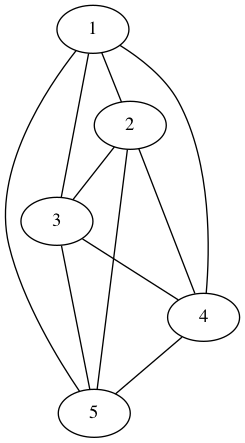
This is brookslawvisualizer.png from MaikNog/brookslawvisualizer, a Graphviz export, as it was before one commit. Its source is kept beside it as brookslawvisualizer.gv.
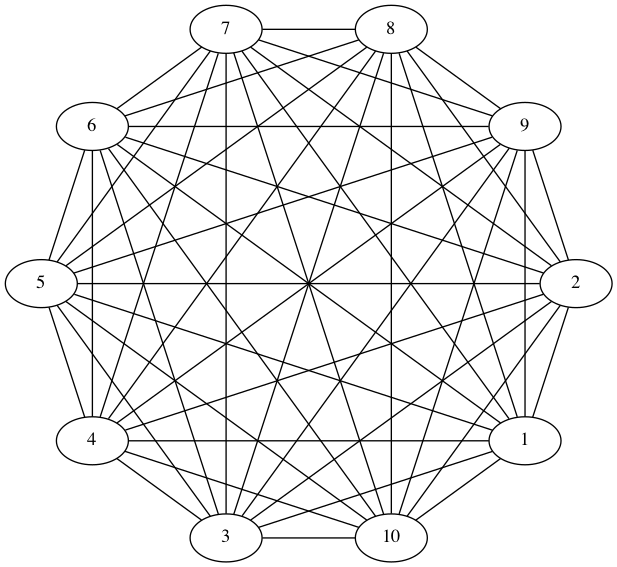
Later version of the same file.

The edit, as a diff of the source:
```diff
@@ -3,11 +3,46 @@
 1 -- 3
 1 -- 4
 1 -- 5
+1 -- 6
+1 -- 7
+1 -- 8
+1 -- 9
+1 -- 10
 2 -- 3
 2 -- 4
 2 -- 5
+2 -- 6
+2 -- 7
+2 -- 8
+2 -- 9
+2 -- 10
 3 -- 4
 3 -- 5
+3 -- 6
+3 -- 7
+3 -- 8
+3 -- 9
+3 -- 10
 4 -- 5
+4 -- 6
+4 -- 7
+4 -- 8
+4 -- 9
+4 -- 10
+5 -- 6
+5 -- 7
+5 -- 8
+5 -- 9
+5 -- 10
+6 -- 7
+6 -- 8
+6 -- 9
+6 -- 10
+7 -- 8
+7 -- 9
+7 -- 10
+8 -- 9
+8 -- 10
+9 -- 10
 
 }
```
